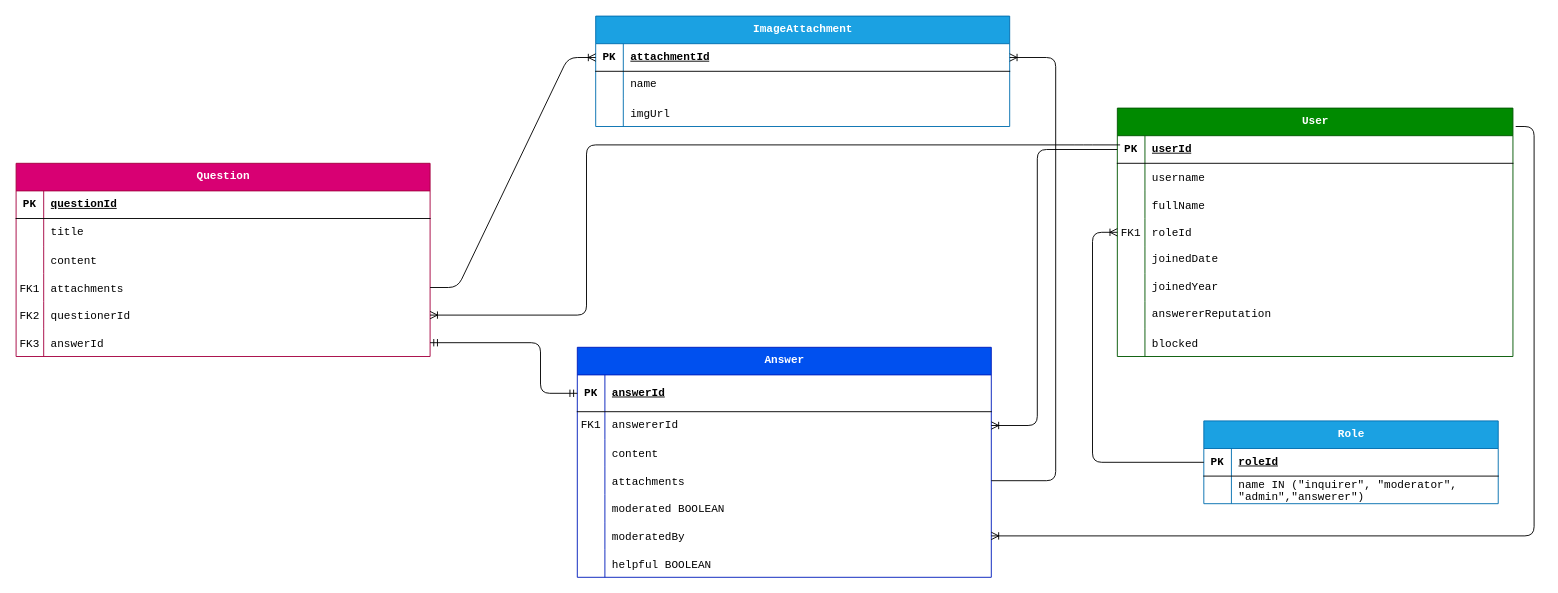
Earlier version of the draw.io diagram design/DB Design.drawio (timthedev07/KCAMathsHub). Source tidied: cells renumbered, new cells numbered last; positions are measured from the earlier drawing's top-left corner, leaving out a move shared by most shapes. Both pictures are drawn from the tidied source at 92%, with x=0, y=0 at pixel (16, 16).
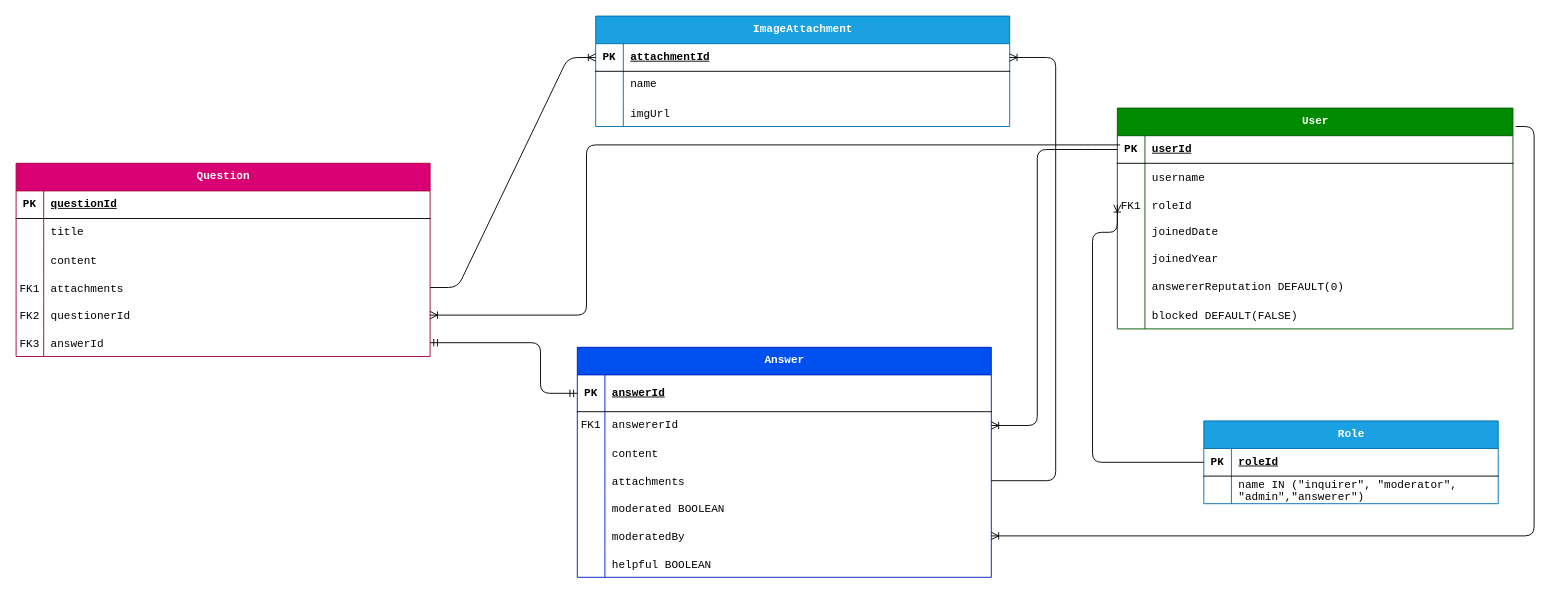
The same page after the edit.

Commit message (it also covers changes not shown here):
remove fullname field from design

Change to the diagram source:
```diff
@@
     <mxCell id="2" value="User" style="shape=table;startSize=30;childLayout=tableLayout;rowLines=0;fontStyle=1;align=center;html=1;fillColor=#008a00;fontColor=#ffffff;strokeColor=#005700;fontFamily=Courier New;" parent="1" vertex="1">
-      <mxGeometry x="1197" y="100" width="430" height="270" as="geometry" />
+      <mxGeometry x="1197" y="100" width="430" height="240" as="geometry" />
     </mxCell>
@@
-    <mxCell id="9" style="shape=tableRow;horizontal=0;startSize=0;swimlaneHead=0;swimlaneBody=0;fillColor=none;top=0;left=0;right=0;bottom=0;fontFamily=Courier New;" parent="2" vertex="1">
-      <mxGeometry y="90" width="430" height="30" as="geometry" />
-    </mxCell>
-    <mxCell id="10" style="shape=partialRectangle;fillColor=none;top=0;left=0;bottom=0;right=0;overflow=hidden;fontFamily=Courier New;" parent="9" vertex="1">
-      <mxGeometry width="30" height="30" as="geometry" />
-    </mxCell>
-    <mxCell id="11" value="fullName" style="shape=partialRectangle;fillColor=none;top=0;left=0;bottom=0;right=0;align=left;spacingLeft=6;overflow=hidden;fontFamily=Courier New;" parent="9" vertex="1">
-      <mxGeometry x="30" width="400" height="30" as="geometry" />
-    </mxCell>
     <mxCell id="12" style="shape=tableRow;horizontal=0;startSize=0;swimlaneHead=0;swimlaneBody=0;fillColor=none;points=[[0,0.5],[1,0.5]];portConstraint=eastwest;top=0;left=0;right=0;bottom=0;fontFamily=Courier New;" parent="2" vertex="1">
-      <mxGeometry y="120" width="430" height="30" as="geometry" />
+      <mxGeometry y="90" width="430" height="30" as="geometry" />
     </mxCell>
@@
     <mxCell id="15" style="shape=tableRow;horizontal=0;startSize=0;swimlaneHead=0;swimlaneBody=0;fillColor=none;top=0;left=0;right=0;bottom=0;fontFamily=Courier New;" parent="2" vertex="1">
-      <mxGeometry y="150" width="430" height="30" as="geometry" />
+      <mxGeometry y="120" width="430" height="30" as="geometry" />
     </mxCell>
@@
     <mxCell id="18" style="shape=tableRow;horizontal=0;startSize=0;swimlaneHead=0;swimlaneBody=0;fillColor=none;top=0;left=0;right=0;bottom=0;fontFamily=Courier New;" parent="2" vertex="1">
-      <mxGeometry y="180" width="430" height="30" as="geometry" />
+      <mxGeometry y="150" width="430" height="30" as="geometry" />
     </mxCell>
@@
     <mxCell id="21" style="shape=tableRow;horizontal=0;startSize=0;swimlaneHead=0;swimlaneBody=0;fillColor=none;top=0;left=0;right=0;bottom=0;fontFamily=Courier New;" parent="2" vertex="1">
-      <mxGeometry y="210" width="430" height="30" as="geometry" />
+      <mxGeometry y="180" width="430" height="30" as="geometry" />
     </mxCell>
@@
-    <mxCell id="23" value="answererReputation" style="shape=partialRectangle;fillColor=none;top=0;left=0;bottom=0;right=0;align=left;spacingLeft=6;overflow=hidden;whiteSpace=wrap;html=1;fontFamily=Courier New;" parent="21" vertex="1">
+    <mxCell id="23" value="answererReputation DEFAULT(0)" style="shape=partialRectangle;fillColor=none;top=0;left=0;bottom=0;right=0;align=left;spacingLeft=6;overflow=hidden;whiteSpace=wrap;html=1;fontFamily=Courier New;" parent="21" vertex="1">
       <mxGeometry x="30" width="400" height="30" as="geometry" />
     </mxCell>
     <mxCell id="24" style="shape=tableRow;horizontal=0;startSize=0;swimlaneHead=0;swimlaneBody=0;fillColor=none;top=0;left=0;right=0;bottom=0;" parent="2" vertex="1">
-      <mxGeometry y="240" width="430" height="30" as="geometry" />
+      <mxGeometry y="210" width="430" height="30" as="geometry" />
     </mxCell>
@@
-    <mxCell id="26" value="blocked" style="shape=partialRectangle;fillColor=none;top=0;left=0;bottom=0;right=0;align=left;spacingLeft=6;overflow=hidden;fontFamily=Courier New;" parent="24" vertex="1">
+    <mxCell id="26" value="blocked DEFAULT(FALSE)" style="shape=partialRectangle;fillColor=none;top=0;left=0;bottom=0;right=0;align=left;spacingLeft=6;overflow=hidden;fontFamily=Courier New;" parent="24" vertex="1">
       <mxGeometry x="30" width="400" height="30" as="geometry" />
     </mxCell>
```
